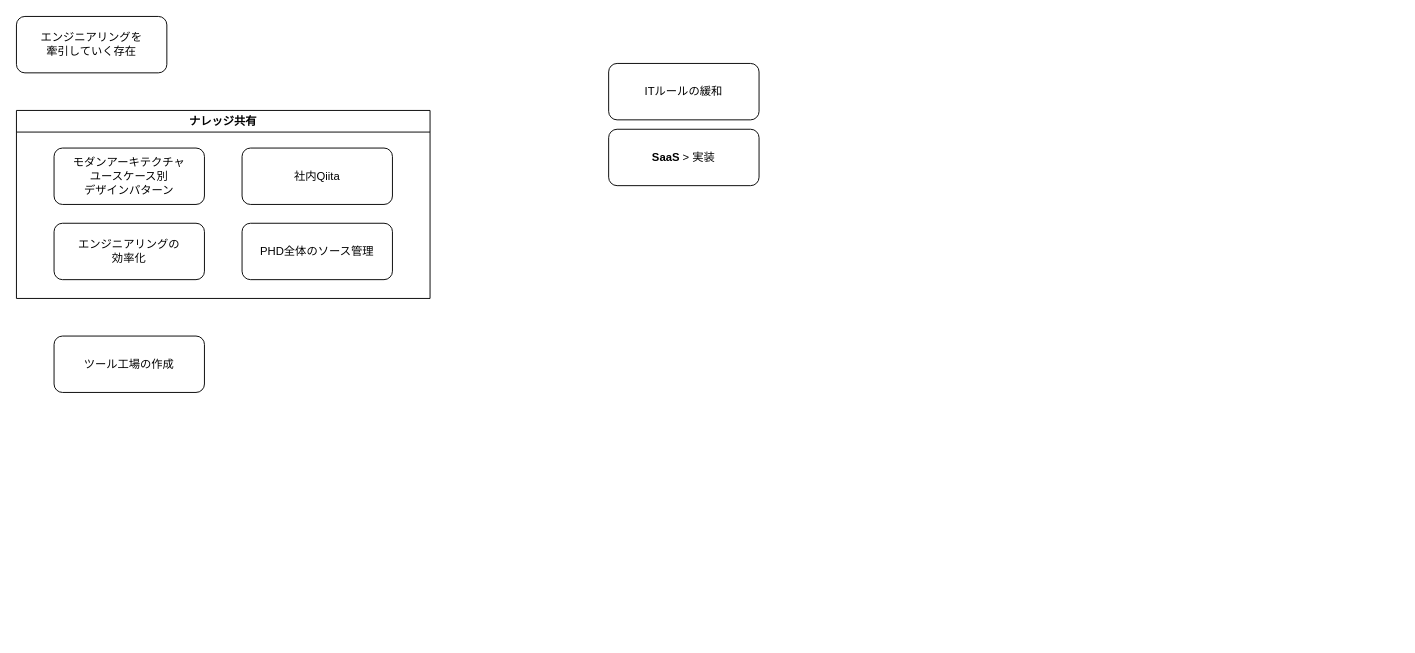
minegishirei/draw_v1 keeps this draw.io diagram as kernel/名称未設定ファイル.drawio. Above is the earlier version. Source tidied: cells renumbered, new cells numbered last; positions are measured from the earlier drawing's top-left corner, leaving out a move shared by most shapes. Both pictures are drawn from the tidied source at 94%, with x=0, y=0 at pixel (16, 16).
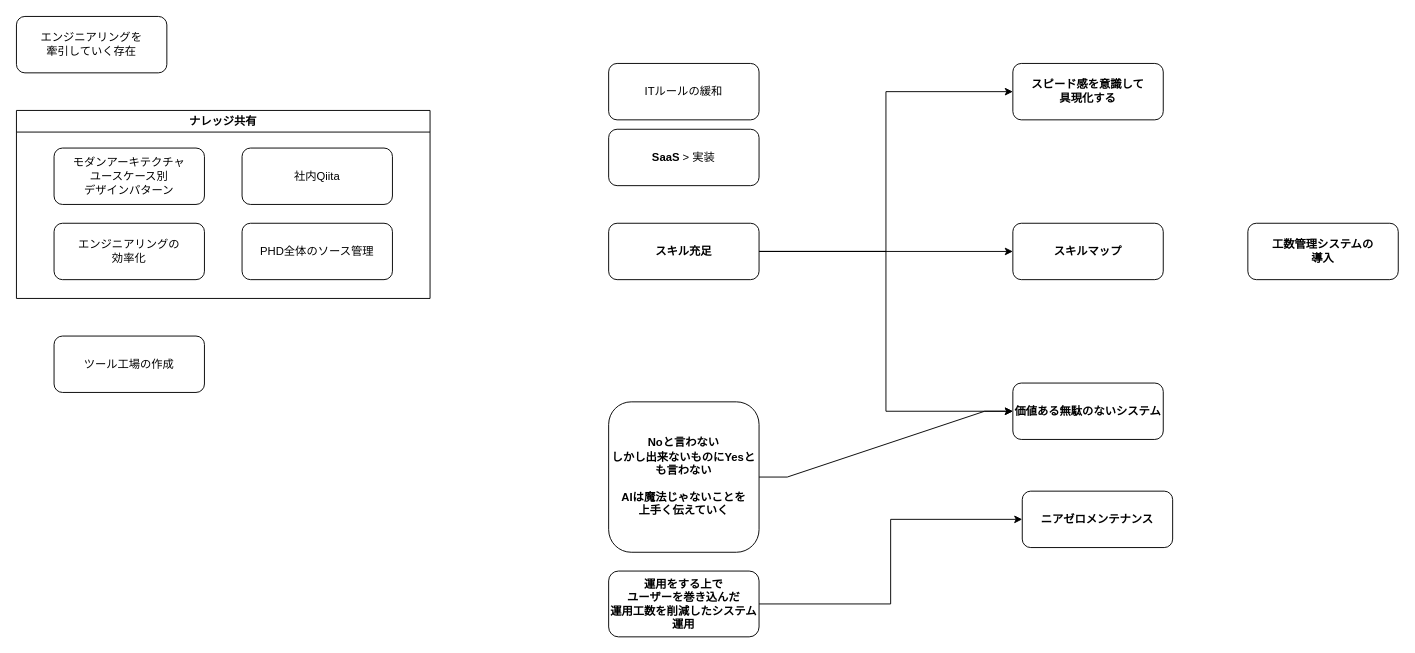
Above is the later version.

Commit message (it also covers changes not shown here):
名称未設定ファイル.drawio を更新します

The edit, as a diff of the source:
```diff
@@
+    <mxCell id="11" style="edgeStyle=orthogonalEdgeStyle;rounded=0;jettySize=auto;html=1;exitX=1;exitY=0.5;exitDx=0;exitDy=0;entryX=0;entryY=0.5;entryDx=0;entryDy=0;" parent="1" edge="1" source="14" target="22">
+      <mxGeometry relative="1" as="geometry" />
+    </mxCell>
+    <mxCell id="12" style="edgeStyle=orthogonalEdgeStyle;rounded=0;jettySize=auto;html=1;exitX=1;exitY=0.5;exitDx=0;exitDy=0;entryX=0;entryY=0.5;entryDx=0;entryDy=0;" parent="1" edge="1" source="14" target="20">
+      <mxGeometry relative="1" as="geometry" />
+    </mxCell>
+    <mxCell id="13" style="edgeStyle=orthogonalEdgeStyle;rounded=0;jettySize=auto;html=1;exitX=1;exitY=0.5;exitDx=0;exitDy=0;entryX=0;entryY=0.5;entryDx=0;entryDy=0;" parent="1" edge="1" source="14" target="19">
+      <mxGeometry relative="1" as="geometry" />
+    </mxCell>
+    <mxCell id="14" value="&lt;b&gt;スキル充足&lt;/b&gt;" style="rounded=1;whiteSpace=wrap;html=1;" parent="1" vertex="1">
+      <mxGeometry x="630" y="220" width="160" height="60" as="geometry" />
+    </mxCell>
+    <mxCell id="15" style="edgeStyle=entityRelationEdgeStyle;rounded=0;jettySize=auto;html=1;exitX=1;exitY=0.5;exitDx=0;exitDy=0;entryX=0;entryY=0.5;entryDx=0;entryDy=0;" parent="1" edge="1" source="16" target="22">
+      <mxGeometry relative="1" as="geometry" />
+    </mxCell>
+    <mxCell id="16" value="&lt;b&gt;Noと言わない&lt;br&gt;しかし出来ないものにYesとも言わない&lt;br&gt;&lt;br&gt;AIは魔法じゃないことを&lt;br&gt;上手く伝えていく&lt;br&gt;&lt;/b&gt;" style="rounded=1;whiteSpace=wrap;html=1;" parent="1" vertex="1">
+      <mxGeometry x="630" y="410" width="160" height="160" as="geometry" />
+    </mxCell>
+    <mxCell id="17" style="edgeStyle=orthogonalEdgeStyle;rounded=0;jettySize=auto;html=1;exitX=1;exitY=0.5;exitDx=0;exitDy=0;entryX=0;entryY=0.5;entryDx=0;entryDy=0;" parent="1" edge="1" source="18" target="23">
+      <mxGeometry relative="1" as="geometry" />
+    </mxCell>
+    <mxCell id="18" value="&lt;b&gt;運用をする上で&lt;br&gt;ユーザーを巻き込んだ&lt;br&gt;運用工数を削減したシステム運用&lt;br&gt;&lt;/b&gt;" style="rounded=1;whiteSpace=wrap;html=1;" parent="1" vertex="1">
+      <mxGeometry x="630" y="590" width="160" height="70" as="geometry" />
+    </mxCell>
+    <mxCell id="19" value="&lt;b&gt;スピード感を意識して&lt;br&gt;具現化する&lt;br&gt;&lt;/b&gt;" style="rounded=1;whiteSpace=wrap;html=1;" parent="1" vertex="1">
+      <mxGeometry x="1060" y="50" width="160" height="60" as="geometry" />
+    </mxCell>
+    <mxCell id="20" value="&lt;b&gt;スキルマップ&lt;br&gt;&lt;/b&gt;" style="rounded=1;whiteSpace=wrap;html=1;" parent="1" vertex="1">
+      <mxGeometry x="1060" y="220" width="160" height="60" as="geometry" />
+    </mxCell>
+    <mxCell id="21" value="&lt;b&gt;工数管理システムの&lt;br&gt;導入&lt;br&gt;&lt;/b&gt;" style="rounded=1;whiteSpace=wrap;html=1;" parent="1" vertex="1">
+      <mxGeometry x="1310" y="220" width="160" height="60" as="geometry" />
+    </mxCell>
+    <mxCell id="22" value="&lt;b&gt;価値ある無駄のないシステム&lt;br&gt;&lt;/b&gt;" style="rounded=1;whiteSpace=wrap;html=1;" parent="1" vertex="1">
+      <mxGeometry x="1060" y="390" width="160" height="60" as="geometry" />
+    </mxCell>
+    <mxCell id="23" value="&lt;b&gt;ニアゼロメンテナンス&lt;br&gt;&lt;/b&gt;" style="rounded=1;whiteSpace=wrap;html=1;" parent="1" vertex="1">
+      <mxGeometry x="1070" y="505" width="160" height="60" as="geometry" />
+    </mxCell>
```
